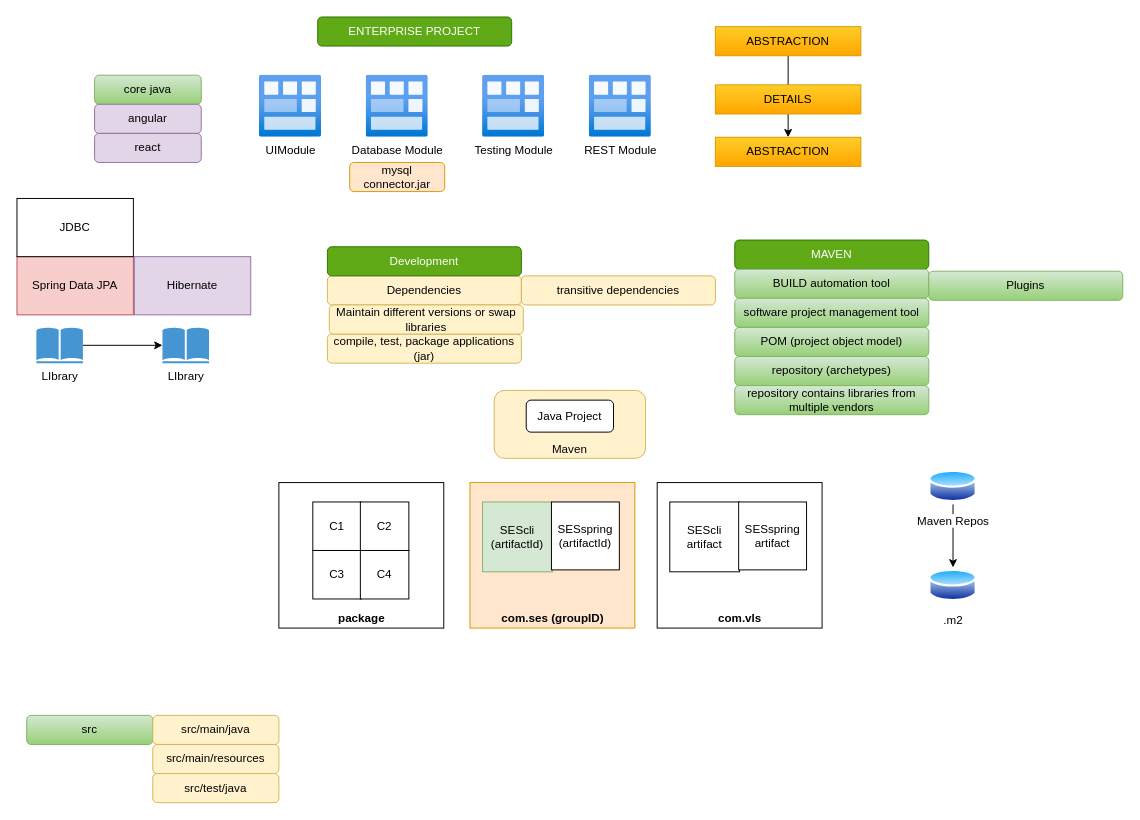
The draw.io diagram page "Maven" (6 of 14) of java/diagrams/java-workflow.drawio in aukokyong/jfs-master, before the edit. Source tidied: cells renumbered, new cells numbered last; positions are measured from the earlier drawing's top-left corner, leaving out a move shared by most shapes. Both pictures are drawn from the tidied source at 97%, with x=0, y=0 at pixel (16, 16).
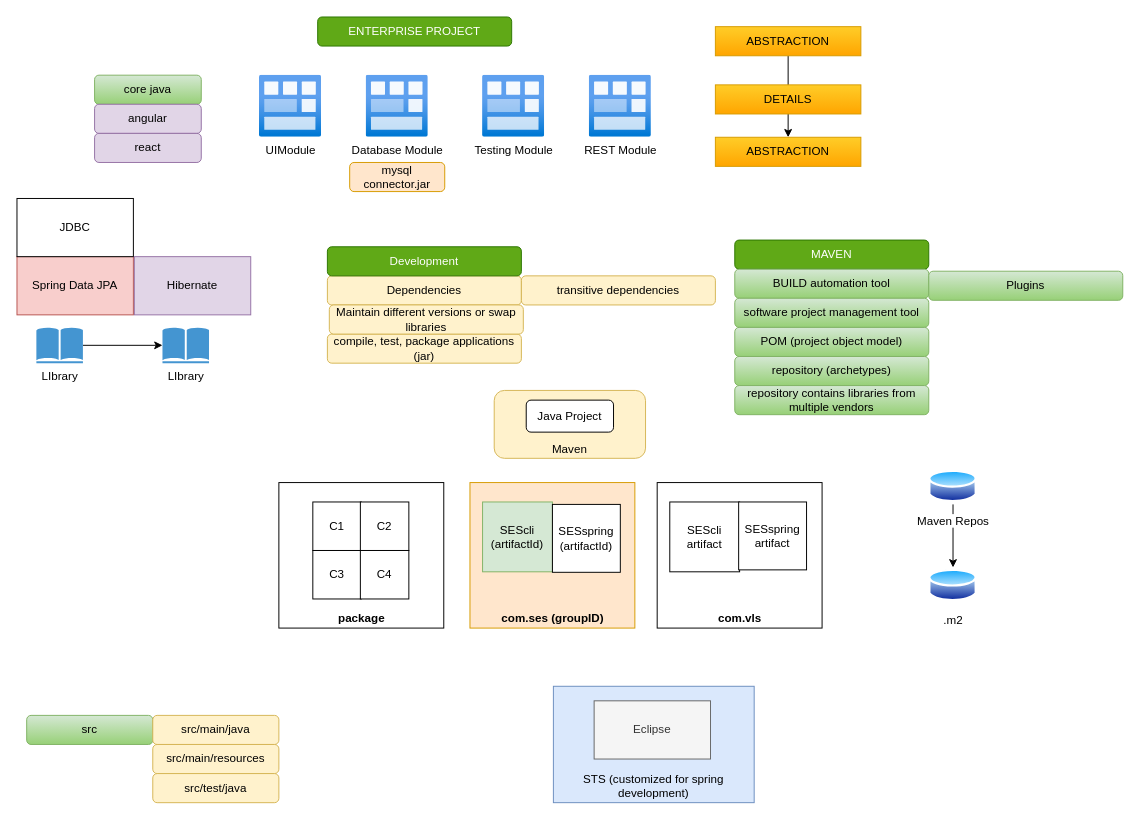
Above is the later version.

What changed in the source:
```diff
@@
+    <mxCell id="56" value="STS (customized for spring development)" style="rounded=0;whiteSpace=wrap;html=1;verticalAlign=bottom;fillColor=#dae8fc;strokeColor=#6c8ebf;" parent="1" vertex="1">
+      <mxGeometry x="553" y="690" width="207" height="120" as="geometry" />
+    </mxCell>
@@
     <mxCell id="40" value="SESspring (artifactId)" style="whiteSpace=wrap;html=1;" parent="1" vertex="1">
-      <mxGeometry x="551" y="500" width="70" height="70" as="geometry" />
+      <mxGeometry x="552" y="502.5" width="70" height="70" as="geometry" />
     </mxCell>
@@
+    <mxCell id="57" value="Eclipse" style="rounded=0;whiteSpace=wrap;html=1;fillColor=#f5f5f5;strokeColor=#666666;fontColor=#333333;" parent="1" vertex="1">
+      <mxGeometry x="595" y="705" width="120" height="60" as="geometry" />
+    </mxCell>
```
